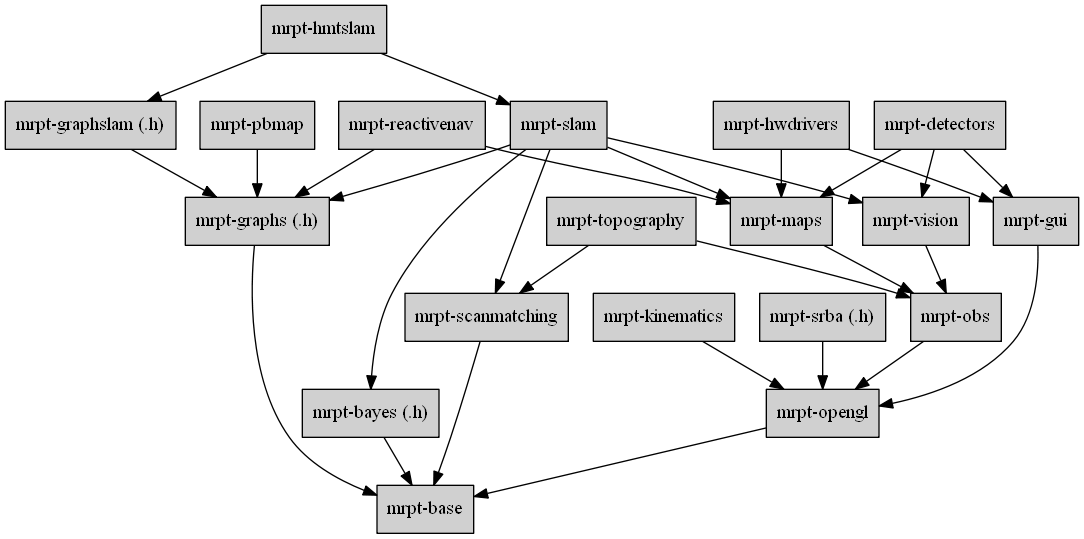
The Graphviz diagram doc/design_of_images/graph_mrpt_libs.png in MRPT/mrpt, before a commit. Its source is kept beside it as doc/design_of_images/graph_mrpt_libs.dot.
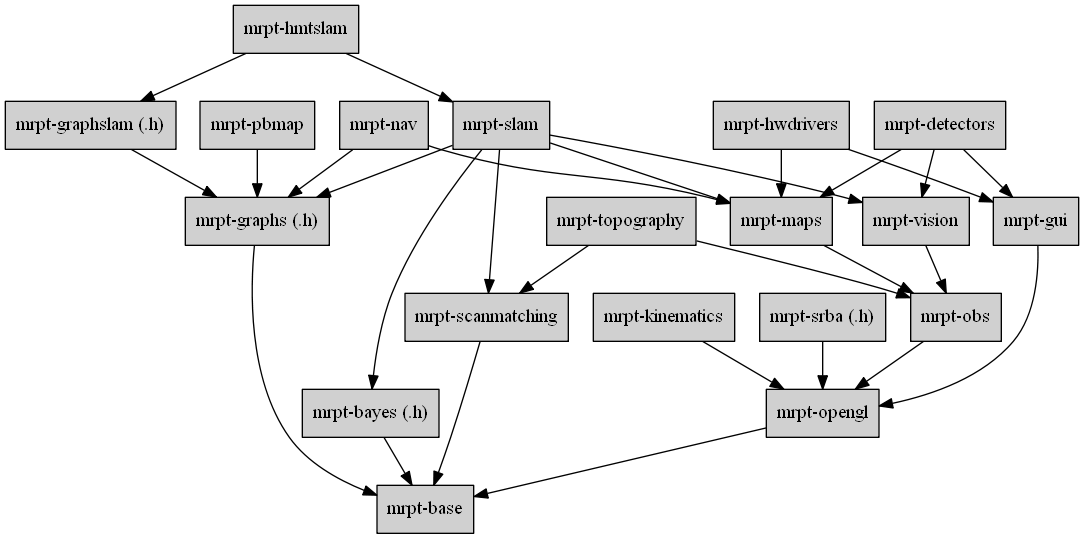
The same file after the commit.

The edit, as a diff of the source:
```diff
@@ -18,7 +18,7 @@
 	graphslam	[label="mrpt-graphslam (.h)",URL="group__mrpt__graphslam__grp.html"];
 
 	hmtslam		[label="mrpt-hmtslam",URL="group__mrpt__hmtslam__grp.html"];
-	reactivenav	[label="mrpt-reactivenav",URL="group__mrpt__reactivenav__grp.html"];
+	nav	        [label="mrpt-nav",URL="group__mrpt__nav__grp.html"];
 
 	detectors	[label="mrpt-detectors",URL="group__mrpt__detectors__grp.html"];
 
@@ -72,6 +72,6 @@
 	hmtslam -> graphslam;
 
 
-	reactivenav -> maps;
-	reactivenav -> graphs;
+	nav -> maps;
+	nav -> graphs;
 }
```
